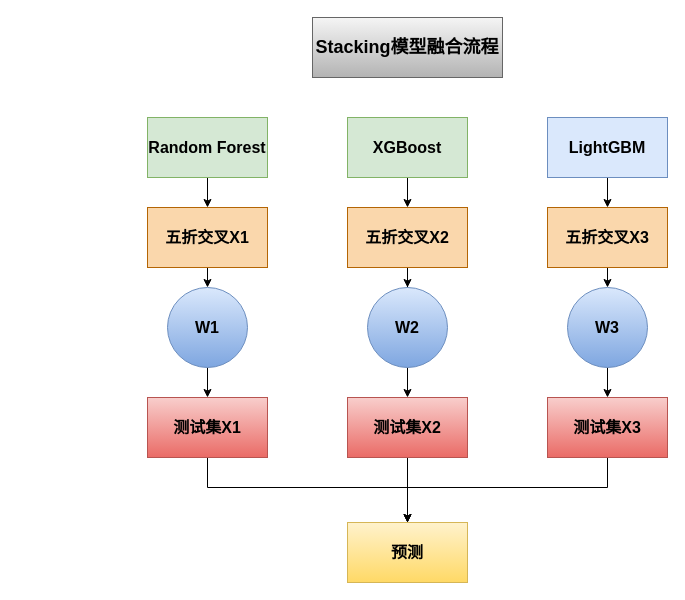
This is 江苏银行杯.drawio from ThinkingXuan/draw, a draw.io file, before an edit. Source tidied: cells renumbered, new cells numbered last; positions are measured from the earlier drawing's top-left corner, leaving out a move shared by most shapes. Both pictures are drawn from the tidied source at 100%, with x=0, y=0 at pixel (147, 17).
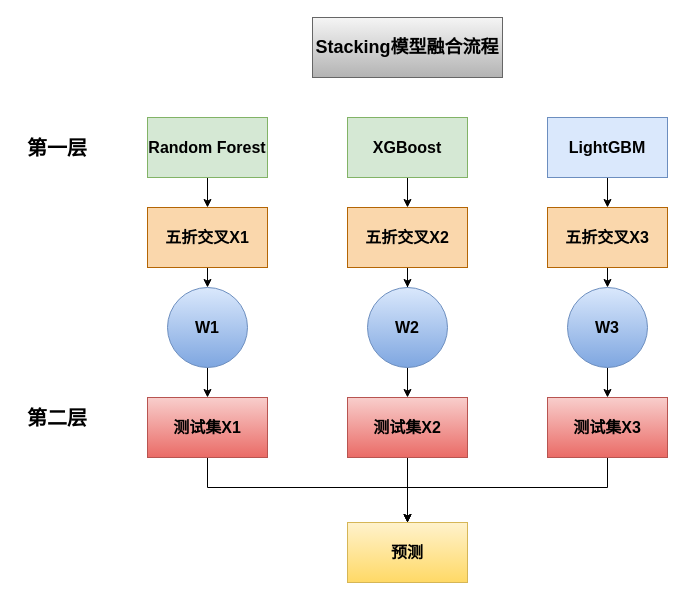
The same page after the edit.

Commit message (it also covers changes not shown here):
更新江苏银行杯.drawio

Diff of the diagram source:
```diff
@@
+    <mxCell id="28" value="第一层" style="text;html=1;strokeColor=none;fillColor=none;align=center;verticalAlign=middle;whiteSpace=wrap;rounded=0;fontSize=20;fontStyle=1;" parent="1" vertex="1">
+      <mxGeometry x="-130" y="120" width="80" height="20" as="geometry" />
+    </mxCell>
+    <mxCell id="29" value="第二层" style="text;html=1;strokeColor=none;fillColor=none;align=center;verticalAlign=middle;whiteSpace=wrap;rounded=0;fontSize=20;fontStyle=1;" parent="1" vertex="1">
+      <mxGeometry x="-130" y="390" width="80" height="20" as="geometry" />
+    </mxCell>
```
